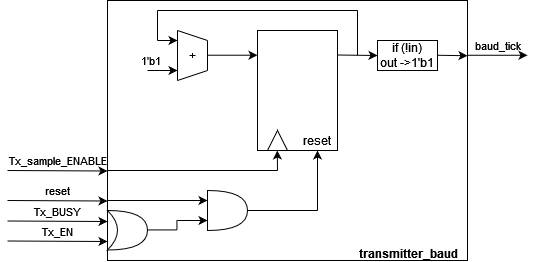
The draw.io diagram project_2/project-2.diagrams/transmitter_baud_inside.drawio.png in gianath03/digital-circuit-lab, before a commit. Source tidied: cells renumbered, new cells last; positions are measured from the earlier drawing's top-left corner, leaving out a move shared by most shapes. Source of this version:
```xml
<mxGraphModel>
  <root>
    <mxCell id="0" />
    <mxCell id="1" parent="0" />
    <mxCell id="2" style="rounded=0;whiteSpace=wrap;html=1;fillColor=none;" parent="1" vertex="1">
      <mxGeometry x="100" width="360" height="260" as="geometry" />
    </mxCell>
    <mxCell id="3" value="reset" style="endArrow=classic;html=1;rounded=0;labelBackgroundColor=none;labelPosition=center;verticalLabelPosition=top;align=center;verticalAlign=bottom;" parent="1" edge="1">
      <mxGeometry relative="1" as="geometry">
        <mxPoint y="200" as="sourcePoint" />
        <mxPoint x="100" y="200.5" as="targetPoint" />
      </mxGeometry>
    </mxCell>
    <mxCell id="4" value="Tx_sample_ENABLE" style="endArrow=classic;html=1;rounded=0;labelBackgroundColor=none;labelPosition=center;verticalLabelPosition=top;align=center;verticalAlign=bottom;" parent="1" edge="1">
      <mxGeometry relative="1" as="geometry">
        <mxPoint y="170" as="sourcePoint" />
        <mxPoint x="100" y="170.5" as="targetPoint" />
      </mxGeometry>
    </mxCell>
    <mxCell id="5" value="Tx_BUSY" style="endArrow=classic;html=1;rounded=0;labelBackgroundColor=none;labelPosition=center;verticalLabelPosition=top;align=center;verticalAlign=bottom;" parent="1" edge="1">
      <mxGeometry relative="1" as="geometry">
        <mxPoint y="220.5" as="sourcePoint" />
        <mxPoint x="100" y="221" as="targetPoint" />
      </mxGeometry>
    </mxCell>
    <mxCell id="6" value="Tx_EN" style="endArrow=classic;html=1;rounded=0;labelBackgroundColor=none;labelPosition=center;verticalLabelPosition=top;align=center;verticalAlign=bottom;" parent="1" edge="1">
      <mxGeometry relative="1" as="geometry">
        <mxPoint y="240.5" as="sourcePoint" />
        <mxPoint x="100" y="241" as="targetPoint" />
      </mxGeometry>
    </mxCell>
    <mxCell id="7" value="baud_tick" style="endArrow=classic;html=1;rounded=0;labelBackgroundColor=none;labelPosition=center;verticalLabelPosition=top;align=center;verticalAlign=bottom;" parent="1" edge="1">
      <mxGeometry relative="1" as="geometry">
        <mxPoint x="460" y="54.8" as="sourcePoint" />
        <mxPoint x="520" y="54.8" as="targetPoint" />
      </mxGeometry>
    </mxCell>
    <mxCell id="8" style="endArrow=classic;html=1;rounded=0;labelPosition=center;verticalLabelPosition=top;align=center;verticalAlign=bottom;labelBackgroundColor=none;fontStyle=0;" parent="1" edge="1">
      <mxGeometry relative="1" as="geometry">
        <mxPoint x="330" y="54.5" as="sourcePoint" />
        <mxPoint x="370" y="55" as="targetPoint" />
      </mxGeometry>
    </mxCell>
    <mxCell id="9" style="rounded=0;whiteSpace=wrap;html=1;fillColor=none;fontStyle=0;" parent="1" vertex="1">
      <mxGeometry x="250" y="30" width="80" height="120" as="geometry" />
    </mxCell>
    <mxCell id="10" style="triangle;whiteSpace=wrap;html=1;rotation=-90;fontStyle=0;" parent="1" vertex="1">
      <mxGeometry x="260" y="130" width="20" height="20" as="geometry" />
    </mxCell>
    <mxCell id="11" value="reset" style="text;html=1;strokeColor=none;fillColor=none;align=center;verticalAlign=middle;whiteSpace=wrap;rounded=0;fontStyle=0;" parent="1" vertex="1">
      <mxGeometry x="280" y="125" width="60" height="30" as="geometry" />
    </mxCell>
    <mxCell id="12" style="endArrow=classic;html=1;rounded=0;fontStyle=0;" parent="1" edge="1">
      <mxGeometry relative="1" as="geometry">
        <mxPoint x="270" y="170" as="sourcePoint" />
        <mxPoint x="269.8" y="150" as="targetPoint" />
      </mxGeometry>
    </mxCell>
    <mxCell id="13" style="endArrow=classic;html=1;rounded=0;fontStyle=0;" parent="1" edge="1">
      <mxGeometry relative="1" as="geometry">
        <mxPoint x="310" y="210" as="sourcePoint" />
        <mxPoint x="310" y="150" as="targetPoint" />
      </mxGeometry>
    </mxCell>
    <mxCell id="14" style="endArrow=none;html=1;rounded=0;fontStyle=0;" parent="1" edge="1">
      <mxGeometry relative="1" as="geometry">
        <mxPoint x="170" y="80" as="sourcePoint" />
        <mxPoint x="170" y="30" as="targetPoint" />
      </mxGeometry>
    </mxCell>
    <mxCell id="15" style="endArrow=none;html=1;rounded=0;fontStyle=0;" parent="1" edge="1">
      <mxGeometry relative="1" as="geometry">
        <mxPoint x="200" y="70" as="sourcePoint" />
        <mxPoint x="200" y="40" as="targetPoint" />
      </mxGeometry>
    </mxCell>
    <mxCell id="16" style="endArrow=none;html=1;rounded=0;fontStyle=0;" parent="1" edge="1">
      <mxGeometry relative="1" as="geometry">
        <mxPoint x="170" y="80" as="sourcePoint" />
        <mxPoint x="200" y="70" as="targetPoint" />
      </mxGeometry>
    </mxCell>
    <mxCell id="17" style="endArrow=none;html=1;rounded=0;fontStyle=0;" parent="1" edge="1">
      <mxGeometry relative="1" as="geometry">
        <mxPoint x="170" y="30" as="sourcePoint" />
        <mxPoint x="200" y="40" as="targetPoint" />
      </mxGeometry>
    </mxCell>
    <mxCell id="18" value="&lt;div&gt;+&lt;/div&gt;" style="text;html=1;align=center;verticalAlign=middle;strokeColor=none;fillColor=none;fontStyle=0;" parent="1" vertex="1">
      <mxGeometry x="170" y="40" width="30" height="30" as="geometry" />
    </mxCell>
    <mxCell id="19" style="endArrow=classic;html=1;rounded=0;" parent="1" edge="1">
      <mxGeometry relative="1" as="geometry">
        <mxPoint x="200" y="54.7" as="sourcePoint" />
        <mxPoint x="250" y="54.7" as="targetPoint" />
      </mxGeometry>
    </mxCell>
    <mxCell id="20" value="1'b1" style="endArrow=classic;html=1;rounded=0;labelBackgroundColor=none;labelPosition=left;verticalLabelPosition=top;align=right;verticalAlign=bottom;fontColor=default;" parent="1" edge="1">
      <mxGeometry relative="1" as="geometry">
        <mxPoint x="140" y="70" as="sourcePoint" />
        <mxPoint x="170" y="70" as="targetPoint" />
      </mxGeometry>
    </mxCell>
    <mxCell id="21" style="endArrow=none;html=1;rounded=0;" parent="1" edge="1">
      <mxGeometry relative="1" as="geometry">
        <mxPoint x="100" y="170" as="sourcePoint" />
        <mxPoint x="270" y="170" as="targetPoint" />
      </mxGeometry>
    </mxCell>
    <mxCell id="22" style="endArrow=none;html=1;rounded=0;" parent="1" edge="1">
      <mxGeometry relative="1" as="geometry">
        <mxPoint x="350" y="54.7" as="sourcePoint" />
        <mxPoint x="350" y="10" as="targetPoint" />
      </mxGeometry>
    </mxCell>
    <mxCell id="23" style="endArrow=none;html=1;rounded=0;" parent="1" edge="1">
      <mxGeometry relative="1" as="geometry">
        <mxPoint x="150" y="10" as="sourcePoint" />
        <mxPoint x="350" y="10" as="targetPoint" />
      </mxGeometry>
    </mxCell>
    <mxCell id="24" style="endArrow=classic;html=1;rounded=0;" parent="1" edge="1">
      <mxGeometry relative="1" as="geometry">
        <mxPoint x="150" y="40" as="sourcePoint" />
        <mxPoint x="170" y="40" as="targetPoint" />
      </mxGeometry>
    </mxCell>
    <mxCell id="25" style="endArrow=none;html=1;rounded=0;" parent="1" edge="1">
      <mxGeometry relative="1" as="geometry">
        <mxPoint x="150" y="40" as="sourcePoint" />
        <mxPoint x="150" y="10" as="targetPoint" />
      </mxGeometry>
    </mxCell>
    <mxCell id="26" style="shape=xor;whiteSpace=wrap;html=1;fillColor=none;" parent="1" vertex="1">
      <mxGeometry x="100" y="210" width="40" height="39.5" as="geometry" />
    </mxCell>
    <mxCell id="27" value="if (!in)&lt;div&gt;out -&amp;gt;1'b1&lt;br&gt;&lt;/div&gt;" style="rounded=0;whiteSpace=wrap;html=1;fillColor=none;labelPosition=center;verticalLabelPosition=middle;align=center;verticalAlign=middle;" parent="1" vertex="1">
      <mxGeometry x="370" y="40" width="60" height="30" as="geometry" />
    </mxCell>
    <mxCell id="28" style="endArrow=classic;html=1;rounded=0;" parent="1" edge="1">
      <mxGeometry relative="1" as="geometry">
        <mxPoint x="430" y="54.8" as="sourcePoint" />
        <mxPoint x="460" y="55.2" as="targetPoint" />
      </mxGeometry>
    </mxCell>
    <mxCell id="29" value="transmitter_baud" style="text;whiteSpace=wrap;html=1;fontStyle=1;" parent="1" vertex="1">
      <mxGeometry x="350" y="240" width="100" height="20" as="geometry" />
    </mxCell>
    <mxCell id="30" style="shape=or;whiteSpace=wrap;html=1;fillColor=none;" parent="1" vertex="1">
      <mxGeometry x="200" y="190" width="40" height="40" as="geometry" />
    </mxCell>
    <mxCell id="31" style="endArrow=classic;html=1;rounded=0;entryX=0;entryY=0.25;entryDx=0;entryDy=0;entryPerimeter=0;" parent="1" edge="1" target="30">
      <mxGeometry relative="1" as="geometry">
        <mxPoint x="100" y="200" as="sourcePoint" />
      </mxGeometry>
    </mxCell>
    <mxCell id="32" style="endArrow=classic;html=1;rounded=0;" parent="1" edge="1">
      <mxGeometry relative="1" as="geometry">
        <mxPoint x="170" y="220" as="sourcePoint" />
        <mxPoint x="200" y="220" as="targetPoint" />
      </mxGeometry>
    </mxCell>
    <mxCell id="33" style="endArrow=none;html=1;rounded=0;" parent="1" edge="1">
      <mxGeometry relative="1" as="geometry">
        <mxPoint x="139.4" y="229.4" as="sourcePoint" />
        <mxPoint x="169.4" y="229.4" as="targetPoint" />
      </mxGeometry>
    </mxCell>
    <mxCell id="34" style="endArrow=none;html=1;rounded=0;" parent="1" edge="1">
      <mxGeometry relative="1" as="geometry">
        <mxPoint x="169.4" y="229.4" as="sourcePoint" />
        <mxPoint x="169.4" y="219.4" as="targetPoint" />
      </mxGeometry>
    </mxCell>
    <mxCell id="35" style="endArrow=none;html=1;rounded=0;" parent="1" edge="1">
      <mxGeometry relative="1" as="geometry">
        <mxPoint x="240" y="210" as="sourcePoint" />
        <mxPoint x="310" y="210" as="targetPoint" />
      </mxGeometry>
    </mxCell>
  </root>
</mxGraphModel>
```
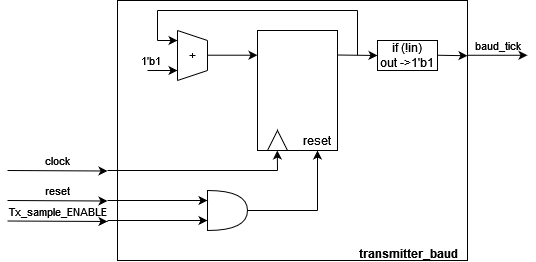
The same diagram one commit later.

Change to the diagram source:
```diff
@@ -3,7 +3,7 @@
     <mxCell id="0" />
     <mxCell id="1" parent="0" />
     <mxCell id="2" style="rounded=0;whiteSpace=wrap;html=1;fillColor=none;" parent="1" vertex="1">
-      <mxGeometry x="100" width="360" height="260" as="geometry" />
+      <mxGeometry x="110" width="350" height="260" as="geometry" />
     </mxCell>
     <mxCell id="3" value="reset" style="endArrow=classic;html=1;rounded=0;labelBackgroundColor=none;labelPosition=center;verticalLabelPosition=top;align=center;verticalAlign=bottom;" parent="1" edge="1">
       <mxGeometry relative="1" as="geometry">
@@ -11,24 +11,18 @@
         <mxPoint x="100" y="200.5" as="targetPoint" />
       </mxGeometry>
     </mxCell>
-    <mxCell id="4" value="Tx_sample_ENABLE" style="endArrow=classic;html=1;rounded=0;labelBackgroundColor=none;labelPosition=center;verticalLabelPosition=top;align=center;verticalAlign=bottom;" parent="1" edge="1">
+    <mxCell id="4" value="clock" style="endArrow=classic;html=1;rounded=0;labelBackgroundColor=none;labelPosition=center;verticalLabelPosition=top;align=center;verticalAlign=bottom;" parent="1" edge="1">
       <mxGeometry relative="1" as="geometry">
         <mxPoint y="170" as="sourcePoint" />
         <mxPoint x="100" y="170.5" as="targetPoint" />
       </mxGeometry>
     </mxCell>
-    <mxCell id="5" value="Tx_BUSY" style="endArrow=classic;html=1;rounded=0;labelBackgroundColor=none;labelPosition=center;verticalLabelPosition=top;align=center;verticalAlign=bottom;" parent="1" edge="1">
+    <mxCell id="5" value="Tx_sample_ENABLE" style="endArrow=classic;html=1;rounded=0;labelBackgroundColor=none;labelPosition=center;verticalLabelPosition=top;align=center;verticalAlign=bottom;" parent="1" edge="1">
       <mxGeometry relative="1" as="geometry">
         <mxPoint y="220.5" as="sourcePoint" />
         <mxPoint x="100" y="221" as="targetPoint" />
       </mxGeometry>
     </mxCell>
-    <mxCell id="6" value="Tx_EN" style="endArrow=classic;html=1;rounded=0;labelBackgroundColor=none;labelPosition=center;verticalLabelPosition=top;align=center;verticalAlign=bottom;" parent="1" edge="1">
-      <mxGeometry relative="1" as="geometry">
-        <mxPoint y="240.5" as="sourcePoint" />
-        <mxPoint x="100" y="241" as="targetPoint" />
-      </mxGeometry>
-    </mxCell>
     <mxCell id="7" value="baud_tick" style="endArrow=classic;html=1;rounded=0;labelBackgroundColor=none;labelPosition=center;verticalLabelPosition=top;align=center;verticalAlign=bottom;" parent="1" edge="1">
       <mxGeometry relative="1" as="geometry">
         <mxPoint x="460" y="54.8" as="sourcePoint" />
@@ -131,9 +125,6 @@
         <mxPoint x="150" y="10" as="targetPoint" />
       </mxGeometry>
     </mxCell>
-    <mxCell id="26" style="shape=xor;whiteSpace=wrap;html=1;fillColor=none;" parent="1" vertex="1">
-      <mxGeometry x="100" y="210" width="40" height="39.5" as="geometry" />
-    </mxCell>
     <mxCell id="27" value="if (!in)&lt;div&gt;out -&amp;gt;1'b1&lt;br&gt;&lt;/div&gt;" style="rounded=0;whiteSpace=wrap;html=1;fillColor=none;labelPosition=center;verticalLabelPosition=middle;align=center;verticalAlign=middle;" parent="1" vertex="1">
       <mxGeometry x="370" y="40" width="60" height="30" as="geometry" />
     </mxCell>
@@ -144,7 +135,7 @@
       </mxGeometry>
     </mxCell>
     <mxCell id="29" value="transmitter_baud" style="text;whiteSpace=wrap;html=1;fontStyle=1;" parent="1" vertex="1">
-      <mxGeometry x="350" y="240" width="100" height="20" as="geometry" />
+      <mxGeometry x="350" y="240" width="100" height="10" as="geometry" />
     </mxCell>
     <mxCell id="30" style="shape=or;whiteSpace=wrap;html=1;fillColor=none;" parent="1" vertex="1">
       <mxGeometry x="200" y="190" width="40" height="40" as="geometry" />
@@ -156,22 +147,10 @@
     </mxCell>
     <mxCell id="32" style="endArrow=classic;html=1;rounded=0;" parent="1" edge="1">
       <mxGeometry relative="1" as="geometry">
-        <mxPoint x="170" y="220" as="sourcePoint" />
+        <mxPoint x="100" y="220" as="sourcePoint" />
         <mxPoint x="200" y="220" as="targetPoint" />
       </mxGeometry>
     </mxCell>
-    <mxCell id="33" style="endArrow=none;html=1;rounded=0;" parent="1" edge="1">
-      <mxGeometry relative="1" as="geometry">
-        <mxPoint x="139.4" y="229.4" as="sourcePoint" />
-        <mxPoint x="169.4" y="229.4" as="targetPoint" />
-      </mxGeometry>
-    </mxCell>
-    <mxCell id="34" style="endArrow=none;html=1;rounded=0;" parent="1" edge="1">
-      <mxGeometry relative="1" as="geometry">
-        <mxPoint x="169.4" y="229.4" as="sourcePoint" />
-        <mxPoint x="169.4" y="219.4" as="targetPoint" />
-      </mxGeometry>
-    </mxCell>
     <mxCell id="35" style="endArrow=none;html=1;rounded=0;" parent="1" edge="1">
       <mxGeometry relative="1" as="geometry">
         <mxPoint x="240" y="210" as="sourcePoint" />
```
